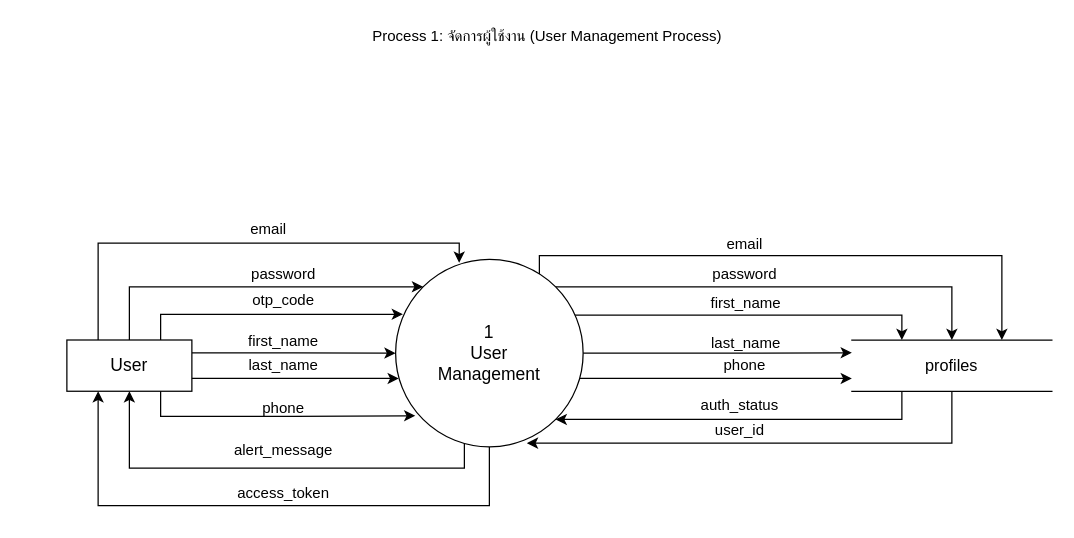
Natthawadee-Jansamut/smartfridge keeps this draw.io diagram as page "P1 User Management" (2 of 8) of docs/dfd.drawio. Above is the earlier version. Source tidied: cells renumbered, new cells numbered last; positions are measured from the earlier drawing's top-left corner, leaving out a move shared by most shapes. Both pictures are drawn from the tidied source at 125%, with x=0, y=0 at pixel (66, 21).
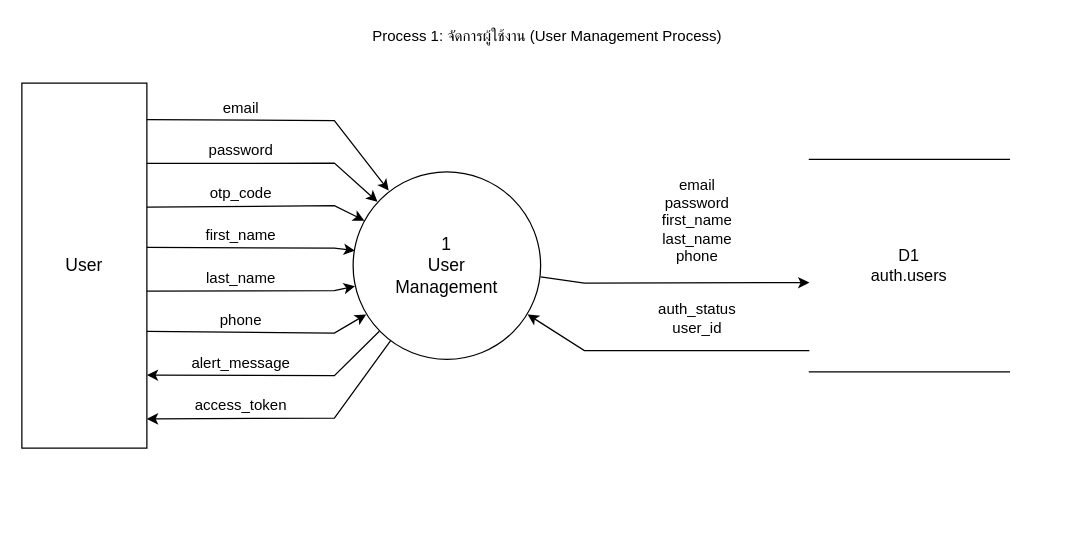
The same diagram, later.

The edit, as a diff of the source:
```diff
@@
-    <mxCell id="3" style="edgeStyle=orthogonalEdgeStyle;rounded=0;jettySize=auto;html=1;entryX=0;entryY=0.75;entryDx=0;entryDy=0;defaultLabelBackgroundColor=page;" parent="1" edge="1" source="10" target="22">
-      <mxGeometry relative="1" as="geometry">
-        <Array as="points">
-          <mxPoint x="458" y="285.2" />
-          <mxPoint x="458" y="285.2" />
-        </Array>
-      </mxGeometry>
-    </mxCell>
-    <mxCell id="4" style="edgeStyle=orthogonalEdgeStyle;rounded=0;jettySize=auto;html=1;exitX=1;exitY=0.5;exitDx=0;exitDy=0;entryX=0;entryY=0.25;entryDx=0;entryDy=0;defaultLabelBackgroundColor=page;" parent="1" edge="1" source="10" target="22">
-      <mxGeometry relative="1" as="geometry" />
-    </mxCell>
-    <mxCell id="5" style="edgeStyle=orthogonalEdgeStyle;rounded=0;jettySize=auto;html=1;exitX=1;exitY=0.5;exitDx=0;exitDy=0;entryX=0.25;entryY=0;entryDx=0;entryDy=0;defaultLabelBackgroundColor=page;" parent="1" edge="1" source="10" target="22">
-      <mxGeometry x="0.09" relative="1" as="geometry">
-        <Array as="points">
-          <mxPoint x="398" y="265" />
-          <mxPoint x="398" y="234.5" />
-          <mxPoint x="668" y="234.5" />
-        </Array>
-      </mxGeometry>
-    </mxCell>
-    <mxCell id="6" style="edgeStyle=orthogonalEdgeStyle;rounded=0;jettySize=auto;html=1;exitX=1;exitY=0;exitDx=0;exitDy=0;entryX=0.5;entryY=0;entryDx=0;entryDy=0;defaultLabelBackgroundColor=page;" parent="1" edge="1" source="10" target="22">
-      <mxGeometry relative="1" as="geometry" />
-    </mxCell>
-    <mxCell id="7" style="edgeStyle=orthogonalEdgeStyle;rounded=0;jettySize=auto;html=1;entryX=0.25;entryY=1;entryDx=0;entryDy=0;defaultLabelBackgroundColor=page;" parent="1" edge="1" source="10" target="13">
-      <mxGeometry x="0.12" relative="1" as="geometry">
-        <Array as="points">
-          <mxPoint x="338" y="387" />
-          <mxPoint x="25" y="387" />
-        </Array>
-      </mxGeometry>
-    </mxCell>
-    <mxCell id="8" style="edgeStyle=orthogonalEdgeStyle;rounded=0;jettySize=auto;html=1;exitX=0.5;exitY=1;exitDx=0;exitDy=0;entryX=0.5;entryY=1;entryDx=0;entryDy=0;defaultLabelBackgroundColor=page;" parent="1" edge="1" source="10" target="13">
-      <mxGeometry x="0.07" relative="1" as="geometry">
-        <Array as="points">
-          <mxPoint x="338" y="327" />
-          <mxPoint x="318" y="327" />
-          <mxPoint x="318" y="357" />
-          <mxPoint x="50" y="357" />
-        </Array>
-      </mxGeometry>
-    </mxCell>
-    <mxCell id="9" style="edgeStyle=orthogonalEdgeStyle;rounded=0;jettySize=auto;html=1;exitX=1;exitY=0;exitDx=0;exitDy=0;entryX=0.75;entryY=0;entryDx=0;entryDy=0;defaultLabelBackgroundColor=page;" parent="1" edge="1" source="10" target="22">
-      <mxGeometry x="0.06" relative="1" as="geometry">
-        <Array as="points">
-          <mxPoint x="378" y="212" />
-          <mxPoint x="378" y="187" />
-          <mxPoint x="748" y="187" />
-        </Array>
-      </mxGeometry>
-    </mxCell>
     <mxCell id="10" value="1&lt;br&gt;User&lt;br&gt;Management" style="ellipse;whiteSpace=wrap;html=1;fontSize=14;" parent="1" vertex="1">
-      <mxGeometry x="263" y="190" width="150" height="150" as="geometry" />
+      <mxGeometry x="229" y="120" width="150" height="150" as="geometry" />
     </mxCell>
-    <mxCell id="11" style="edgeStyle=orthogonalEdgeStyle;rounded=0;jettySize=auto;html=1;entryX=0;entryY=0;entryDx=0;entryDy=0;defaultLabelBackgroundColor=page;" parent="1" edge="1" source="13" target="10">
-      <mxGeometry relative="1" as="geometry">
-        <Array as="points">
-          <mxPoint x="50" y="212" />
-        </Array>
-      </mxGeometry>
-    </mxCell>
-    <mxCell id="12" style="edgeStyle=orthogonalEdgeStyle;rounded=0;jettySize=auto;html=1;exitX=1;exitY=0.25;exitDx=0;exitDy=0;defaultLabelBackgroundColor=page;" parent="1" edge="1" source="13" target="10">
-      <mxGeometry relative="1" as="geometry" />
-    </mxCell>
     <mxCell id="13" value="User" style="rounded=0;whiteSpace=wrap;html=1;fontSize=14;" parent="1" vertex="1">
-      <mxGeometry y="254.5" width="100" height="41" as="geometry" />
+      <mxGeometry x="-36" y="49" width="100" height="292" as="geometry" />
     </mxCell>
+    <mxCell id="36" style="edgeStyle=none;html=1;endArrow=classic;endFill=1;rounded=0;exitPerimeter=0;entryPerimeter=0;exitX=1;exitY=0.1;entryX=0.19;entryY=0.1;" parent="1" edge="1" source="13" target="10">
+      <mxGeometry relative="1" as="geometry">
+        <Array as="points">
+          <mxPoint x="214" y="79" />
+        </Array>
+      </mxGeometry>
+    </mxCell>
+    <mxCell id="31" value="email" style="text;html=1;align=center;verticalAlign=middle;fontSize=12;" parent="1" vertex="1">
+      <mxGeometry x="66" y="60" width="146" height="18" as="geometry" />
+    </mxCell>
+    <mxCell id="37" style="edgeStyle=none;html=1;endArrow=classic;endFill=1;rounded=0;exitPerimeter=0;entryPerimeter=0;exitX=1;exitY=0.22;entryX=0.13;entryY=0.16;" parent="1" edge="1" source="13" target="10">
+      <mxGeometry relative="1" as="geometry">
+        <Array as="points">
+          <mxPoint x="214" y="113" />
+        </Array>
+      </mxGeometry>
+    </mxCell>
     <mxCell id="14" value="password" style="text;html=1;align=center;verticalAlign=middle;fontSize=12;" parent="1" vertex="1">
-      <mxGeometry x="100" y="193" width="146" height="18" as="geometry" />
+      <mxGeometry x="66" y="94" width="146" height="18" as="geometry" />
     </mxCell>
+    <mxCell id="38" style="edgeStyle=none;html=1;endArrow=classic;endFill=1;rounded=0;exitPerimeter=0;entryPerimeter=0;exitX=1;exitY=0.34;entryX=0.06;entryY=0.26;" parent="1" edge="1" source="13" target="10">
+      <mxGeometry relative="1" as="geometry">
+        <Array as="points">
+          <mxPoint x="214" y="147" />
+        </Array>
+      </mxGeometry>
+    </mxCell>
     <mxCell id="15" value="otp_code" style="text;html=1;align=center;verticalAlign=middle;fontSize=12;" parent="1" vertex="1">
-      <mxGeometry x="100" y="214" width="146" height="18" as="geometry" />
+      <mxGeometry x="66" y="128" width="146" height="18" as="geometry" />
     </mxCell>
+    <mxCell id="39" style="edgeStyle=none;html=1;endArrow=classic;endFill=1;rounded=0;exitPerimeter=0;entryPerimeter=0;exitX=1;exitY=0.45;entryX=0.01;entryY=0.42;" parent="1" edge="1" source="13" target="10">
+      <mxGeometry relative="1" as="geometry">
+        <Array as="points">
+          <mxPoint x="214" y="181" />
+        </Array>
+      </mxGeometry>
+    </mxCell>
     <mxCell id="16" value="first_name" style="text;html=1;align=center;verticalAlign=middle;fontSize=12;" parent="1" vertex="1">
-      <mxGeometry x="100" y="247" width="146" height="18" as="geometry" />
+      <mxGeometry x="66" y="162" width="146" height="18" as="geometry" />
     </mxCell>
+    <mxCell id="40" style="edgeStyle=none;html=1;endArrow=classic;endFill=1;rounded=0;exitPerimeter=0;entryPerimeter=0;exitX=1;exitY=0.57;entryX=0.01;entryY=0.61;" parent="1" edge="1" source="13" target="10">
+      <mxGeometry relative="1" as="geometry">
+        <Array as="points">
+          <mxPoint x="214" y="215" />
+        </Array>
+      </mxGeometry>
+    </mxCell>
     <mxCell id="17" value="last_name" style="text;html=1;align=center;verticalAlign=middle;fontSize=12;" parent="1" vertex="1">
-      <mxGeometry x="100" y="266" width="146" height="18" as="geometry" />
+      <mxGeometry x="66" y="196" width="146" height="18" as="geometry" />
     </mxCell>
+    <mxCell id="41" style="edgeStyle=none;html=1;endArrow=classic;endFill=1;rounded=0;exitPerimeter=0;entryPerimeter=0;exitX=1;exitY=0.68;entryX=0.07;entryY=0.76;" parent="1" edge="1" source="13" target="10">
+      <mxGeometry relative="1" as="geometry">
+        <Array as="points">
+          <mxPoint x="214" y="249" />
+        </Array>
+      </mxGeometry>
+    </mxCell>
     <mxCell id="18" value="phone" style="text;html=1;align=center;verticalAlign=middle;fontSize=12;" parent="1" vertex="1">
-      <mxGeometry x="100" y="300" width="146" height="18" as="geometry" />
+      <mxGeometry x="66" y="230" width="146" height="18" as="geometry" />
     </mxCell>
+    <mxCell id="42" style="edgeStyle=none;html=1;endArrow=classic;endFill=1;rounded=0;exitPerimeter=0;entryPerimeter=0;exitX=0.14;exitY=0.85;entryX=1;entryY=0.8;" parent="1" edge="1" source="10" target="13">
+      <mxGeometry relative="1" as="geometry">
+        <Array as="points">
+          <mxPoint x="214" y="283" />
+        </Array>
+      </mxGeometry>
+    </mxCell>
     <mxCell id="19" value="alert_message" style="text;html=1;align=center;verticalAlign=middle;fontSize=12;" parent="1" vertex="1">
-      <mxGeometry x="100" y="334" width="146" height="18" as="geometry" />
+      <mxGeometry x="66" y="264" width="146" height="18" as="geometry" />
     </mxCell>
+    <mxCell id="43" style="edgeStyle=none;html=1;endArrow=classic;endFill=1;rounded=0;exitPerimeter=0;entryPerimeter=0;exitX=0.2;exitY=0.9;entryX=1;entryY=0.92;" parent="1" edge="1" source="10" target="13">
+      <mxGeometry relative="1" as="geometry">
+        <Array as="points">
+          <mxPoint x="214" y="317" />
+        </Array>
+      </mxGeometry>
+    </mxCell>
     <mxCell id="20" value="access_token" style="text;html=1;align=center;verticalAlign=middle;fontSize=12;" parent="1" vertex="1">
-      <mxGeometry x="100" y="368" width="146" height="18" as="geometry" />
+      <mxGeometry x="66" y="298" width="146" height="18" as="geometry" />
     </mxCell>
-    <mxCell id="21" style="edgeStyle=orthogonalEdgeStyle;rounded=0;jettySize=auto;html=1;exitX=0.25;exitY=1;exitDx=0;exitDy=0;entryX=1;entryY=1;entryDx=0;entryDy=0;defaultLabelBackgroundColor=page;" parent="1" edge="1" source="22" target="10">
-      <mxGeometry relative="1" as="geometry">
-        <Array as="points">
-          <mxPoint x="668" y="318" />
-        </Array>
-      </mxGeometry>
-    </mxCell>
-    <mxCell id="22" value="profiles" style="shape=partialRectangle;whiteSpace=wrap;html=1;left=0;right=0;top=1;bottom=1;fillColor=none;fontSize=13;" parent="1" vertex="1">
-      <mxGeometry x="628" y="254.5" width="160" height="41" as="geometry" />
+    <mxCell id="22" value="D1&lt;br&gt;auth.users" style="shape=partialRectangle;whiteSpace=wrap;html=1;left=0;right=0;top=1;bottom=1;fillColor=none;fontSize=13;" parent="1" vertex="1">
+      <mxGeometry x="594" y="110" width="160" height="170" as="geometry" />
     </mxCell>
+    <mxCell id="44" style="edgeStyle=none;html=1;endArrow=classic;endFill=1;rounded=0;exitPerimeter=0;entryPerimeter=0;exitX=1;exitY=0.56;entryX=0;entryY=0.58;" parent="1" edge="1" source="10" target="22">
+      <mxGeometry relative="1" as="geometry">
+        <Array as="points">
+          <mxPoint x="414" y="209" />
+        </Array>
+      </mxGeometry>
+    </mxCell>
-    <mxCell id="23" value="email" style="text;html=1;align=center;verticalAlign=middle;fontSize=12;" parent="1" vertex="1">
-      <mxGeometry x="498" y="166" width="87" height="24" as="geometry" />
+    <mxCell id="23" value="email&lt;br&gt;password&lt;br&gt;first_name&lt;br&gt;last_name&lt;br&gt;phone" style="text;html=1;align=center;verticalAlign=middle;fontSize=12;" parent="1" vertex="1">
+      <mxGeometry x="417" y="119" width="174" height="80" as="geometry" />
     </mxCell>
+    <mxCell id="45" style="edgeStyle=none;html=1;endArrow=classic;endFill=1;rounded=0;exitPerimeter=0;entryPerimeter=0;exitX=0;exitY=0.9;entryX=0.93;entryY=0.76;" parent="1" edge="1" source="22" target="10">
+      <mxGeometry relative="1" as="geometry">
+        <Array as="points">
+          <mxPoint x="414" y="263" />
+        </Array>
+      </mxGeometry>
+    </mxCell>
-    <mxCell id="24" value="auth_status" style="text;html=1;align=center;verticalAlign=middle;fontSize=12;" parent="1" vertex="1">
-      <mxGeometry x="498" y="300" width="80" height="13.5" as="geometry" />
+    <mxCell id="24" value="auth_status&lt;br&gt;user_id" style="text;html=1;align=center;verticalAlign=middle;fontSize=12;" parent="1" vertex="1">
+      <mxGeometry x="417" y="221" width="174" height="32" as="geometry" />
     </mxCell>
-    <mxCell id="25" style="edgeStyle=orthogonalEdgeStyle;rounded=0;jettySize=auto;html=1;entryX=0.7;entryY=0.98;entryDx=0;entryDy=0;entryPerimeter=0;defaultLabelBackgroundColor=page;" parent="1" edge="1" source="22" target="10">
-      <mxGeometry relative="1" as="geometry">
-        <Array as="points">
-          <mxPoint x="708" y="337" />
-        </Array>
-      </mxGeometry>
-    </mxCell>
-    <mxCell id="26" value="user_id" style="text;html=1;align=center;verticalAlign=middle;fontSize=12;" parent="1" vertex="1">
-      <mxGeometry x="498" y="318" width="80" height="18" as="geometry" />
-    </mxCell>
-    <mxCell id="27" value="password" style="text;html=1;align=center;verticalAlign=middle;fontSize=12;" parent="1" vertex="1">
-      <mxGeometry x="498" y="190" width="87" height="24" as="geometry" />
-    </mxCell>
-    <mxCell id="28" value="first_name" style="text;html=1;align=center;verticalAlign=middle;fontSize=12;" parent="1" vertex="1">
-      <mxGeometry x="508" y="216" width="70" height="18" as="geometry" />
-    </mxCell>
-    <mxCell id="29" value="last_name" style="text;html=1;align=center;verticalAlign=middle;fontSize=12;" parent="1" vertex="1">
-      <mxGeometry x="508" y="248" width="70" height="18" as="geometry" />
-    </mxCell>
-    <mxCell id="30" value="phone" style="text;html=1;align=center;verticalAlign=middle;fontSize=12;" parent="1" vertex="1">
-      <mxGeometry x="506.5" y="266" width="70" height="18" as="geometry" />
-    </mxCell>
-    <mxCell id="31" value="email" style="text;html=1;align=center;verticalAlign=middle;fontSize=12;" parent="1" vertex="1">
-      <mxGeometry x="88" y="157" width="146" height="18" as="geometry" />
-    </mxCell>
-    <mxCell id="32" style="edgeStyle=orthogonalEdgeStyle;rounded=0;jettySize=auto;html=1;exitX=0.75;exitY=0;exitDx=0;exitDy=0;entryX=0.039;entryY=0.293;entryDx=0;entryDy=0;entryPerimeter=0;defaultLabelBackgroundColor=page;" parent="1" edge="1" source="13" target="10">
-      <mxGeometry relative="1" as="geometry" />
-    </mxCell>
-    <mxCell id="33" style="edgeStyle=orthogonalEdgeStyle;rounded=0;jettySize=auto;html=1;exitX=1;exitY=0.75;exitDx=0;exitDy=0;entryX=0.017;entryY=0.635;entryDx=0;entryDy=0;entryPerimeter=0;defaultLabelBackgroundColor=page;" parent="1" edge="1" source="13" target="10">
-      <mxGeometry relative="1" as="geometry" />
-    </mxCell>
-    <mxCell id="34" style="edgeStyle=orthogonalEdgeStyle;rounded=0;jettySize=auto;html=1;exitX=0.75;exitY=1;exitDx=0;exitDy=0;entryX=0.105;entryY=0.834;entryDx=0;entryDy=0;entryPerimeter=0;defaultLabelBackgroundColor=page;" parent="1" edge="1" source="13" target="10">
-      <mxGeometry relative="1" as="geometry" />
-    </mxCell>
-    <mxCell id="35" style="edgeStyle=orthogonalEdgeStyle;rounded=0;jettySize=auto;html=1;exitX=0.25;exitY=0;exitDx=0;exitDy=0;entryX=0.339;entryY=0.018;entryDx=0;entryDy=0;entryPerimeter=0;defaultLabelBackgroundColor=page;" parent="1" edge="1" source="13" target="10">
-      <mxGeometry relative="1" as="geometry">
-        <Array as="points">
-          <mxPoint x="25" y="177" />
-          <mxPoint x="313.9" y="177" />
-        </Array>
-      </mxGeometry>
-    </mxCell>
```
